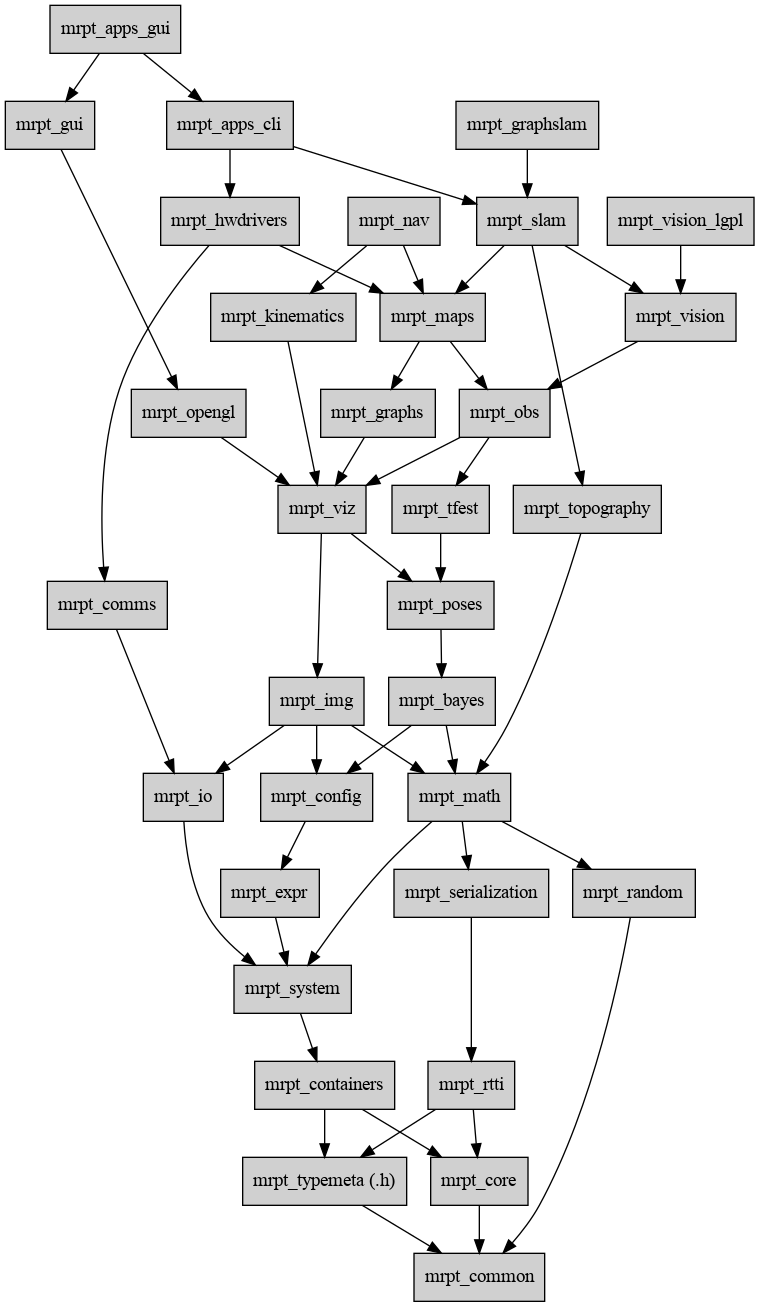
The Graphviz diagram doc/source/images/graph_mrpt_libs.png in MRPT/mrpt, before a commit. Its source is kept beside it as doc/source/images/graph_mrpt_libs.dot.
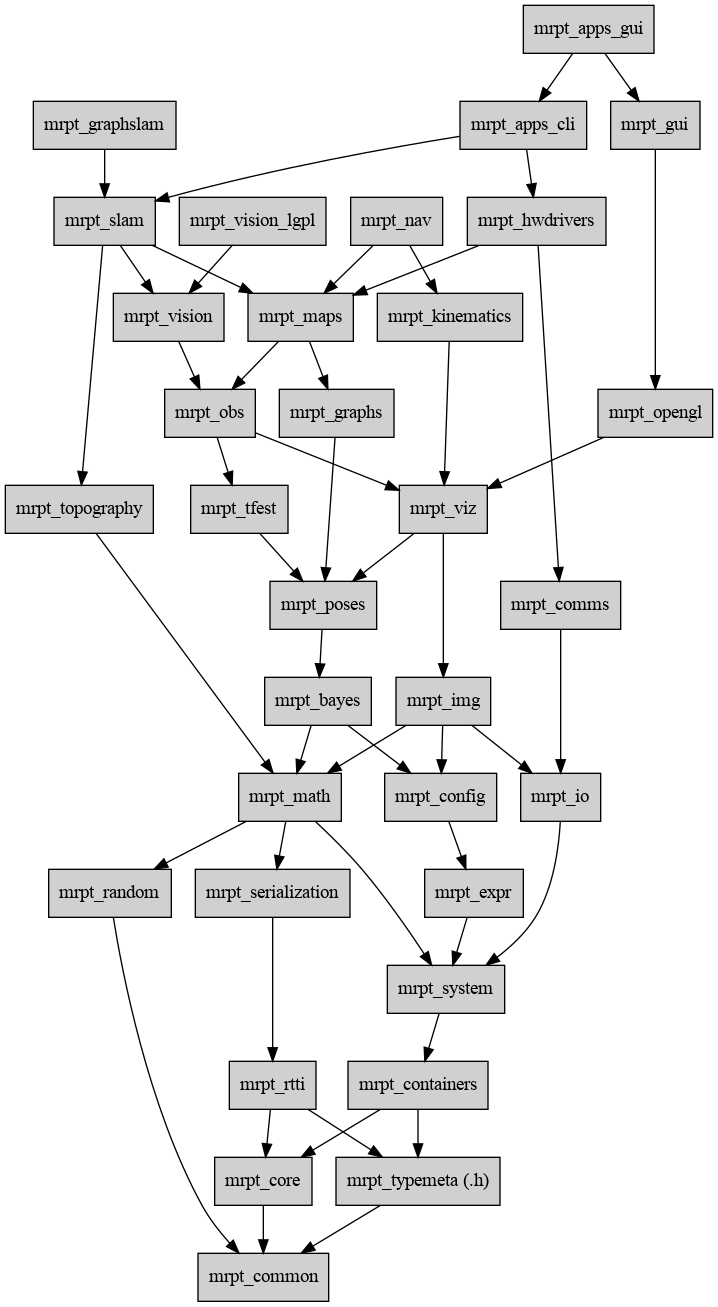
The same diagram one commit later.

Change to the diagram source:
```diff
@@ -33,7 +33,7 @@
 	expr -> system;
 
 	graphs     [label="mrpt_graphs",URL="group_mrpt_graphs_grp.html"];
-	graphs -> viz;
+	graphs -> poses;
 
 	graphslam  [label="mrpt_graphslam",URL="group_mrpt_graphslam_grp.html"];
 	graphslam -> slam;
```
